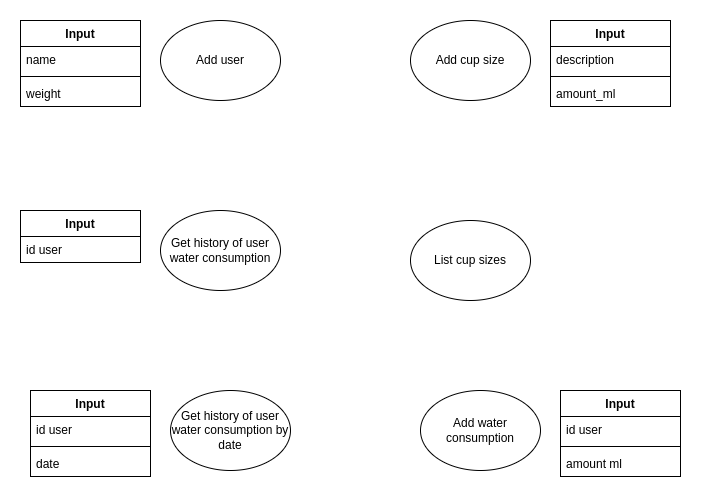
The draw.io diagram img/features.png in CarlosChiarelli/drink_water_tracker, before a commit. Source tidied: cells renumbered, new cells last; positions are measured from the earlier drawing's top-left corner, leaving out a move shared by most shapes.
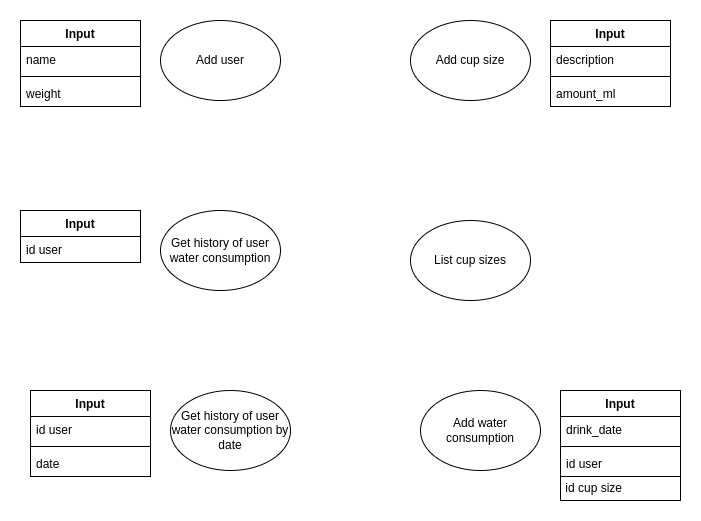
After the commit.

Commit message:
docs: update functionality and database diagram images in README

Change to the diagram source:
```diff
@@ -65,14 +65,17 @@
     <mxCell id="22" value="Input" style="swimlane;fontStyle=1;align=center;verticalAlign=top;horizontal=1;startSize=26;whiteSpace=wrap;html=1;" parent="1" vertex="1">
       <mxGeometry x="540" y="370" width="120" height="86" as="geometry" />
     </mxCell>
-    <mxCell id="23" value="id user" style="text;strokeColor=none;fillColor=none;align=left;verticalAlign=top;spacingLeft=4;spacingRight=4;overflow=hidden;whiteSpace=wrap;html=1;" parent="22" vertex="1">
+    <mxCell id="23" value="drink_date" style="text;strokeColor=none;fillColor=none;align=left;verticalAlign=top;spacingLeft=4;spacingRight=4;overflow=hidden;whiteSpace=wrap;html=1;" parent="22" vertex="1">
       <mxGeometry y="26" width="120" height="26" as="geometry" />
     </mxCell>
     <mxCell id="24" style="line;strokeWidth=1;fillColor=none;align=left;verticalAlign=middle;spacingTop=-1;spacingLeft=3;spacingRight=3;labelPosition=right;strokeColor=inherit;" parent="22" vertex="1">
       <mxGeometry y="52" width="120" height="8" as="geometry" />
     </mxCell>
-    <mxCell id="25" value="amount ml" style="text;strokeColor=none;fillColor=none;align=left;verticalAlign=top;spacingLeft=4;spacingRight=4;overflow=hidden;whiteSpace=wrap;html=1;" parent="22" vertex="1">
+    <mxCell id="25" value="id user" style="text;strokeColor=none;fillColor=none;align=left;verticalAlign=top;spacingLeft=4;spacingRight=4;overflow=hidden;whiteSpace=wrap;html=1;" parent="22" vertex="1">
       <mxGeometry y="60" width="120" height="26" as="geometry" />
     </mxCell>
+    <mxCell id="26" value="&amp;nbsp;id cup size" style="rounded=0;whiteSpace=wrap;html=1;align=left;" parent="1" vertex="1">
+      <mxGeometry x="540" y="456" width="120" height="24" as="geometry" />
+    </mxCell>
   </root>
 </mxGraphModel>
```
